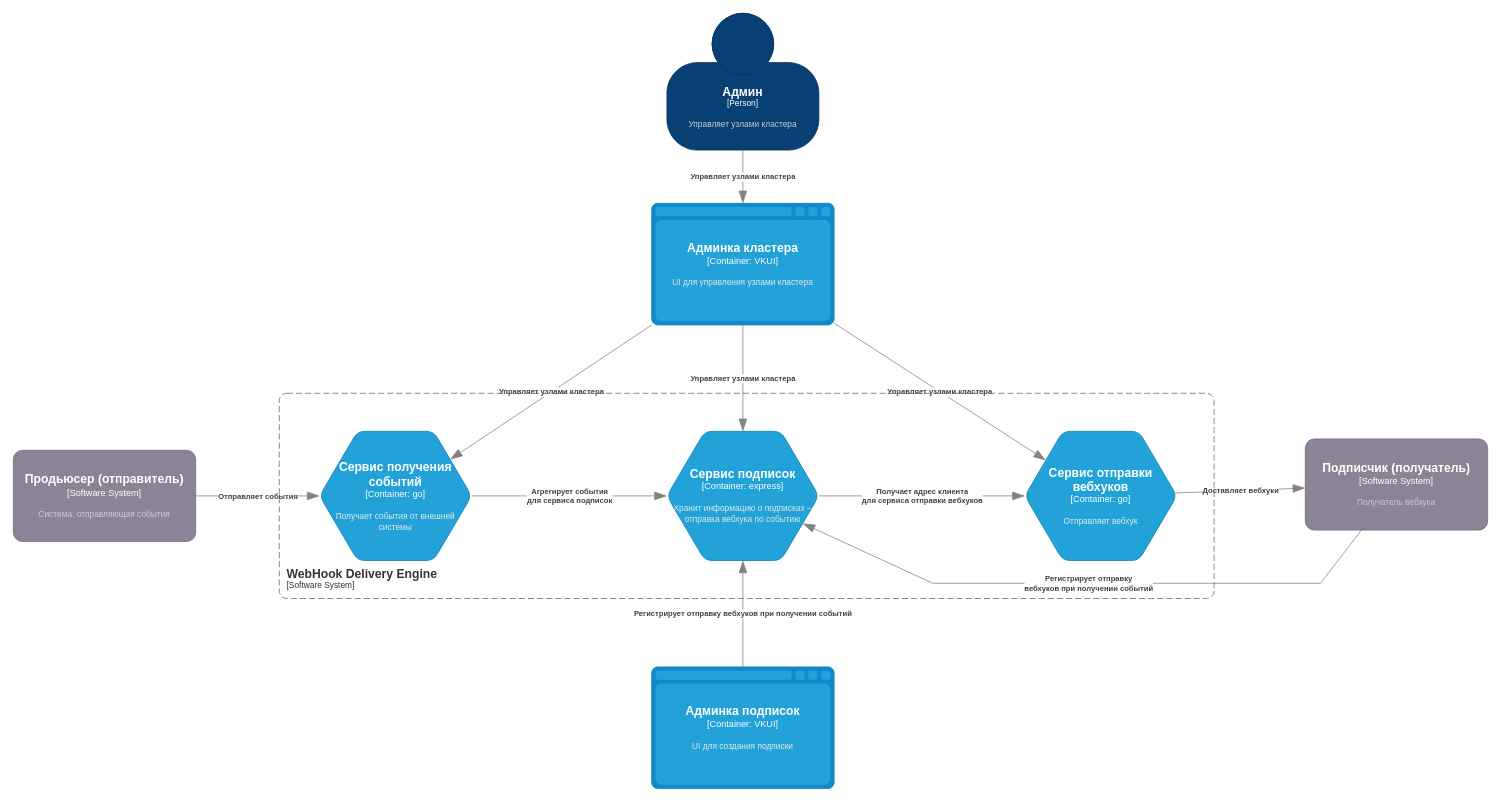
This is docs/container/c4-container.drawio from dws-1-2026-green/wiki, a draw.io file, before an edit. Source tidied: cells renumbered, new cells numbered last; positions are measured from the earlier drawing's top-left corner, leaving out a move shared by most shapes. Both pictures are drawn from the tidied source at 76%, with x=0, y=0 at pixel (13, 13).
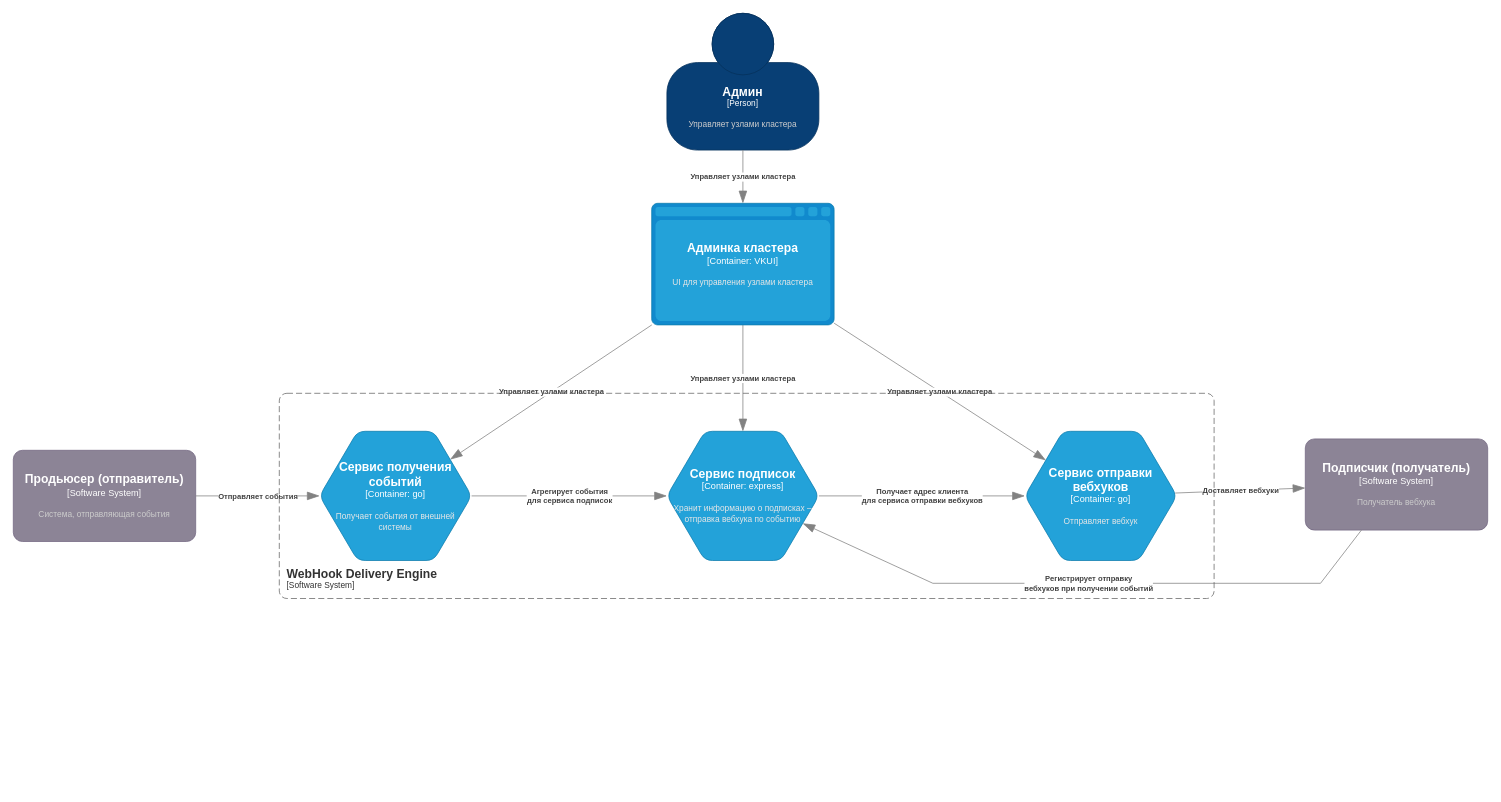
Above is the later version.

Commit message:
remove subscription management ui from system container diagram

The change refers to these unchanged cells:
```xml
<object id="19" label="&lt;font style=&quot;font-size: 16px&quot;&gt;&lt;b&gt;%c4Name%&lt;/b&gt;&lt;/font&gt;&lt;div&gt;[%c4Type%:&amp;nbsp;%c4Technology%]&lt;/div&gt;&lt;br&gt;&lt;div&gt;&lt;font style=&quot;font-size: 11px&quot;&gt;&lt;font color=&quot;#E6E6E6&quot;&gt;%c4Description%&lt;/font&gt;&lt;/div&gt;" c4Description="Хранит информацию о подписках – отправка вебхука по событию" c4Name="Сервис подписок" c4Technology="express" c4Type="Container" placeholders="1">
  <mxCell style="shape=hexagon;size=50;perimeter=hexagonPerimeter2;whiteSpace=wrap;html=1;fixedSize=1;rounded=1;labelBackgroundColor=none;fillColor=#23A2D9;fontSize=12;fontColor=#ffffff;align=center;strokeColor=#0E7DAD;points=[[0.5,0,0],[1,0.25,0],[1,0.5,0],[1,0.75,0],[0.5,1,0],[0,0.75,0],[0,0.5,0],[0,0.25,0]];" parent="1" vertex="1">
    <mxGeometry x="860" y="550" width="200" height="170" as="geometry" />
  </mxCell>
</object>
```

What changed in the source:
```diff
@@
-    <object id="9" label="&lt;div style=&quot;text-align: left&quot;&gt;&lt;div style=&quot;text-align: center&quot;&gt;&lt;b&gt;%c4Description%&lt;/b&gt;&lt;/div&gt;" c4Description="Регистрирует отправку вебхуков при получении событий" placeholders="1">
-      <mxCell style="endArrow=blockThin;html=1;fontSize=10;fontColor=#404040;strokeWidth=1;endFill=1;strokeColor=#828282;elbow=vertical;endSize=14;startSize=14;jumpStyle=arc;jumpSize=16;rounded=0;" parent="1" edge="1" source="17" target="19">
-        <mxGeometry relative="1" as="geometry" />
-      </mxCell>
-    </object>
@@
-    <object id="17" label="&lt;font style=&quot;font-size: 16px&quot;&gt;&lt;b&gt;%c4Name%&lt;/b&gt;&lt;/font&gt;&lt;div&gt;[%c4Type%:&amp;nbsp;%c4Technology%]&lt;/div&gt;&lt;br&gt;&lt;div&gt;&lt;font style=&quot;font-size: 11px&quot;&gt;&lt;font color=&quot;#E6E6E6&quot;&gt;%c4Description%&lt;/font&gt;&lt;/div&gt;" c4Description="UI для создания подписки" c4Name="Админка подписок" c4Technology="VKUI" c4Type="Container" placeholders="1">
-      <mxCell style="shape=mxgraph.c4.webBrowserContainer2;whiteSpace=wrap;html=1;boundedLbl=1;rounded=0;labelBackgroundColor=none;strokeColor=#118ACD;fillColor=#23A2D9;strokeColor=#118ACD;strokeColor2=#0E7DAD;fontSize=12;fontColor=#ffffff;align=center;points=[[0.5,0,0],[1,0.25,0],[1,0.5,0],[1,0.75,0],[0.5,1,0],[0,0.75,0],[0,0.5,0],[0,0.25,0]];" parent="1" vertex="1">
-        <mxGeometry x="840" y="860" width="240" height="160" as="geometry" />
-      </mxCell>
-    </object>
```
